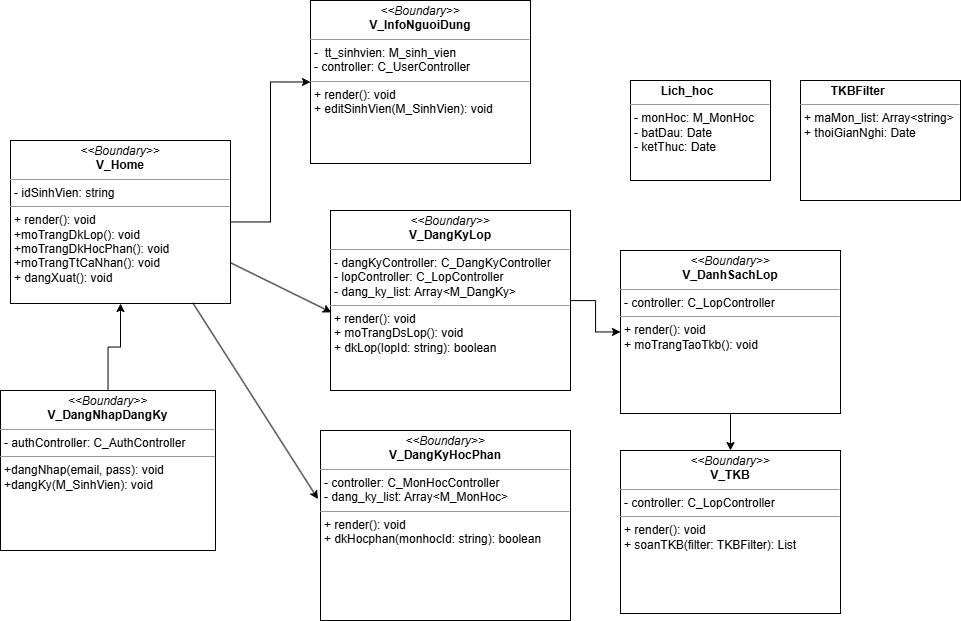
The draw.io diagram Package Diagram/View/View_package_diagram.drawio.png in imvietcuongfrvietnam/PTTKHT, before a commit. Source tidied: cells renumbered, new cells last; positions are measured from the earlier drawing's top-left corner, leaving out a move shared by most shapes.
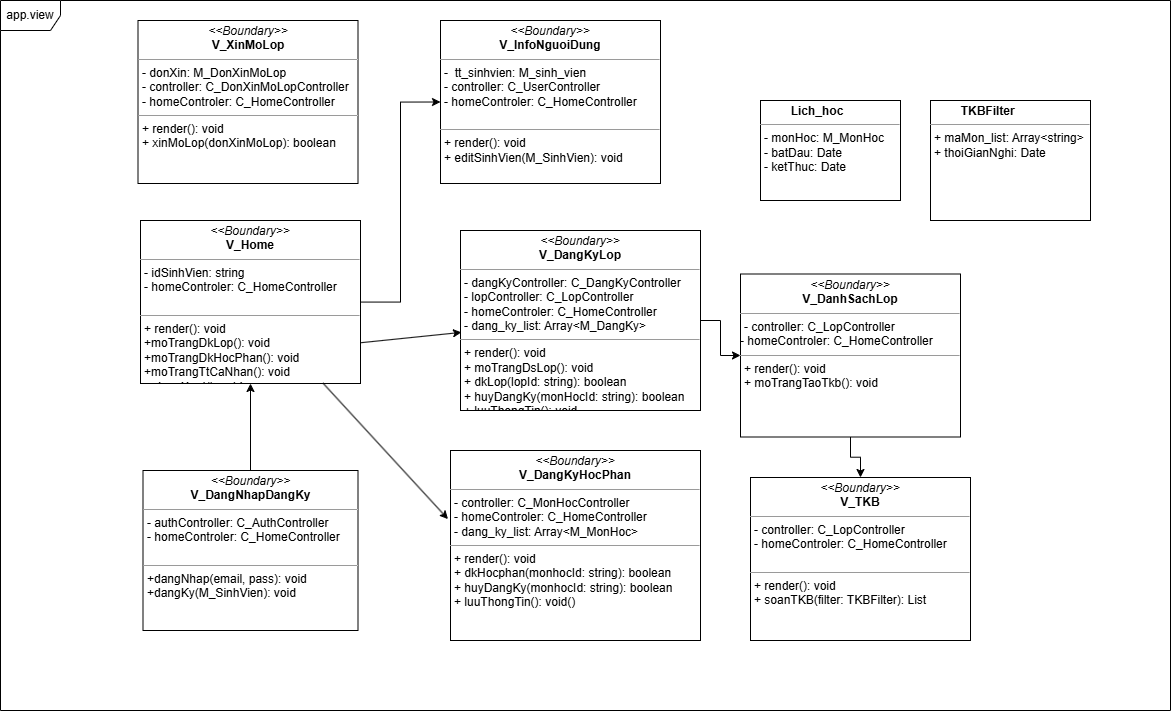
The same file after the commit.

What changed in the source:
```diff
@@ -5,35 +5,35 @@
     <mxCell id="2" style="edgeStyle=orthogonalEdgeStyle;rounded=0;jettySize=auto;html=1;entryX=0;entryY=0.5;entryDx=0;entryDy=0;" parent="1" edge="1" source="3" target="6">
       <mxGeometry relative="1" as="geometry" />
     </mxCell>
-    <mxCell id="3" value="&lt;p style=&quot;margin:0px;margin-top:4px;text-align:center;&quot;&gt;&lt;i&gt;&amp;lt;&amp;lt;Boundary&amp;gt;&amp;gt;&lt;/i&gt;&lt;br&gt;&lt;b&gt;V_Home&lt;/b&gt;&lt;/p&gt;&lt;hr size=&quot;1&quot;&gt;&lt;p style=&quot;margin:0px;margin-left:4px;&quot;&gt;- idSinhVien: string&lt;/p&gt;&lt;hr size=&quot;1&quot;&gt;&lt;p style=&quot;margin:0px;margin-left:4px;&quot;&gt;+ render(): void&lt;/p&gt;&lt;p style=&quot;margin:0px;margin-left:4px;&quot;&gt;+moTrangDkLop(): void&lt;/p&gt;&lt;p style=&quot;margin:0px;margin-left:4px;&quot;&gt;+moTrangDkHocPhan(): void&lt;/p&gt;&lt;p style=&quot;margin:0px;margin-left:4px;&quot;&gt;+moTrangTtCaNhan(): void&lt;/p&gt;&lt;p style=&quot;margin:0px;margin-left:4px;&quot;&gt;+ dangXuat(): void&lt;/p&gt;" style="verticalAlign=top;align=left;overflow=fill;fontSize=12;fontFamily=Helvetica;html=1;rounded=0;shadow=0;comic=0;labelBackgroundColor=none;strokeWidth=1;" parent="1" vertex="1">
-      <mxGeometry x="10" y="140" width="220" height="163" as="geometry" />
+    <mxCell id="3" value="&lt;p style=&quot;margin:0px;margin-top:4px;text-align:center;&quot;&gt;&lt;i&gt;&amp;lt;&amp;lt;Boundary&amp;gt;&amp;gt;&lt;/i&gt;&lt;br&gt;&lt;b&gt;V_Home&lt;/b&gt;&lt;/p&gt;&lt;hr size=&quot;1&quot;&gt;&lt;p style=&quot;margin:0px;margin-left:4px;&quot;&gt;- idSinhVien: string&lt;/p&gt;&lt;p style=&quot;margin:0px;margin-left:4px;&quot;&gt;- homeControler: C_HomeController&lt;/p&gt;&lt;div&gt;&lt;br&gt;&lt;/div&gt;&lt;hr size=&quot;1&quot;&gt;&lt;p style=&quot;margin:0px;margin-left:4px;&quot;&gt;+ render(): void&lt;/p&gt;&lt;p style=&quot;margin:0px;margin-left:4px;&quot;&gt;+moTrangDkLop(): void&lt;/p&gt;&lt;p style=&quot;margin:0px;margin-left:4px;&quot;&gt;+moTrangDkHocPhan(): void&lt;/p&gt;&lt;p style=&quot;margin:0px;margin-left:4px;&quot;&gt;+moTrangTtCaNhan(): void&lt;/p&gt;&lt;p style=&quot;margin:0px;margin-left:4px;&quot;&gt;+ dangXuat(): void&lt;/p&gt;" style="verticalAlign=top;align=left;overflow=fill;fontSize=12;fontFamily=Helvetica;html=1;rounded=0;shadow=0;comic=0;labelBackgroundColor=none;strokeWidth=1;" parent="1" vertex="1">
+      <mxGeometry x="10" y="200" width="220" height="163" as="geometry" />
     </mxCell>
     <mxCell id="4" style="edgeStyle=orthogonalEdgeStyle;rounded=0;jettySize=auto;html=1;" parent="1" edge="1" source="5" target="3">
       <mxGeometry relative="1" as="geometry" />
     </mxCell>
-    <mxCell id="5" value="&lt;p style=&quot;margin:0px;margin-top:4px;text-align:center;&quot;&gt;&lt;i&gt;&amp;lt;&amp;lt;Boundary&amp;gt;&amp;gt;&lt;/i&gt;&lt;br&gt;&lt;b&gt;V_DangNhapDangKy&lt;/b&gt;&lt;/p&gt;&lt;hr size=&quot;1&quot;&gt;&lt;p style=&quot;margin:0px;margin-left:4px;&quot;&gt;- authController: C_AuthController&lt;/p&gt;&lt;hr size=&quot;1&quot;&gt;&lt;p style=&quot;margin:0px;margin-left:4px;&quot;&gt;+dangNhap(email, pass): void&lt;/p&gt;&lt;p style=&quot;margin:0px;margin-left:4px;&quot;&gt;+dangKy(M_SinhVien): void&lt;/p&gt;" style="verticalAlign=top;align=left;overflow=fill;fontSize=12;fontFamily=Helvetica;html=1;rounded=0;shadow=0;comic=0;labelBackgroundColor=none;strokeWidth=1;" parent="1" vertex="1">
-      <mxGeometry y="390" width="215" height="160" as="geometry" />
+    <mxCell id="5" value="&lt;p style=&quot;margin:0px;margin-top:4px;text-align:center;&quot;&gt;&lt;i&gt;&amp;lt;&amp;lt;Boundary&amp;gt;&amp;gt;&lt;/i&gt;&lt;br&gt;&lt;b&gt;V_DangNhapDangKy&lt;/b&gt;&lt;/p&gt;&lt;hr size=&quot;1&quot;&gt;&lt;p style=&quot;margin:0px;margin-left:4px;&quot;&gt;- authController: C_AuthController&lt;/p&gt;&lt;p style=&quot;margin:0px;margin-left:4px;&quot;&gt;- homeControler: C_HomeController&lt;/p&gt;&lt;div&gt;&lt;br&gt;&lt;/div&gt;&lt;hr size=&quot;1&quot;&gt;&lt;p style=&quot;margin:0px;margin-left:4px;&quot;&gt;+dangNhap(email, pass): void&lt;/p&gt;&lt;p style=&quot;margin:0px;margin-left:4px;&quot;&gt;+dangKy(M_SinhVien): void&lt;/p&gt;" style="verticalAlign=top;align=left;overflow=fill;fontSize=12;fontFamily=Helvetica;html=1;rounded=0;shadow=0;comic=0;labelBackgroundColor=none;strokeWidth=1;" parent="1" vertex="1">
+      <mxGeometry x="12.5" y="450" width="215" height="160" as="geometry" />
     </mxCell>
-    <mxCell id="6" value="&lt;p style=&quot;margin:0px;margin-top:4px;text-align:center;&quot;&gt;&lt;i&gt;&amp;lt;&amp;lt;Boundary&amp;gt;&amp;gt;&lt;/i&gt;&lt;br&gt;&lt;b&gt;V_InfoNguoiDung&lt;/b&gt;&lt;/p&gt;&lt;hr size=&quot;1&quot;&gt;&lt;p style=&quot;margin:0px;margin-left:4px;&quot;&gt;-&amp;nbsp; tt_sinhvien: M_sinh_vien&lt;/p&gt;&lt;p style=&quot;margin:0px;margin-left:4px;&quot;&gt;- controller: C_UserController&lt;/p&gt;&lt;hr size=&quot;1&quot;&gt;&lt;p style=&quot;margin:0px;margin-left:4px;&quot;&gt;+ render(): void&lt;/p&gt;&lt;p style=&quot;margin:0px;margin-left:4px;&quot;&gt;+ editSinhVien(M_SinhVien): void&lt;/p&gt;" style="verticalAlign=top;align=left;overflow=fill;fontSize=12;fontFamily=Helvetica;html=1;rounded=0;shadow=0;comic=0;labelBackgroundColor=none;strokeWidth=1;" parent="1" vertex="1">
+    <mxCell id="6" value="&lt;p style=&quot;margin:0px;margin-top:4px;text-align:center;&quot;&gt;&lt;i&gt;&amp;lt;&amp;lt;Boundary&amp;gt;&amp;gt;&lt;/i&gt;&lt;br&gt;&lt;b&gt;V_InfoNguoiDung&lt;/b&gt;&lt;/p&gt;&lt;hr size=&quot;1&quot;&gt;&lt;p style=&quot;margin:0px;margin-left:4px;&quot;&gt;-&amp;nbsp; tt_sinhvien: M_sinh_vien&lt;/p&gt;&lt;p style=&quot;margin:0px;margin-left:4px;&quot;&gt;- controller: C_UserController&lt;/p&gt;&lt;p style=&quot;margin:0px;margin-left:4px;&quot;&gt;- homeControler: C_HomeController&lt;/p&gt;&lt;div&gt;&lt;br&gt;&lt;/div&gt;&lt;hr size=&quot;1&quot;&gt;&lt;p style=&quot;margin:0px;margin-left:4px;&quot;&gt;+ render(): void&lt;/p&gt;&lt;p style=&quot;margin:0px;margin-left:4px;&quot;&gt;+ editSinhVien(M_SinhVien): void&lt;/p&gt;" style="verticalAlign=top;align=left;overflow=fill;fontSize=12;fontFamily=Helvetica;html=1;rounded=0;shadow=0;comic=0;labelBackgroundColor=none;strokeWidth=1;" parent="1" vertex="1">
       <mxGeometry x="310" width="220" height="163" as="geometry" />
     </mxCell>
     <mxCell id="7" style="edgeStyle=orthogonalEdgeStyle;rounded=0;jettySize=auto;html=1;" parent="1" edge="1" source="8" target="12">
       <mxGeometry relative="1" as="geometry" />
     </mxCell>
-    <mxCell id="8" value="&lt;p style=&quot;margin:0px;margin-top:4px;text-align:center;&quot;&gt;&lt;i&gt;&amp;lt;&amp;lt;Boundary&amp;gt;&amp;gt;&lt;/i&gt;&lt;br&gt;&lt;b&gt;V_DanhSachLop&lt;/b&gt;&lt;/p&gt;&lt;hr size=&quot;1&quot;&gt;&lt;p style=&quot;margin:0px;margin-left:4px;&quot;&gt;&lt;span style=&quot;background-color: transparent; color: light-dark(rgb(0, 0, 0), rgb(255, 255, 255));&quot;&gt;- controller: C_LopController&lt;/span&gt;&lt;/p&gt;&lt;hr size=&quot;1&quot;&gt;&lt;p style=&quot;margin:0px;margin-left:4px;&quot;&gt;+ render(): void&lt;/p&gt;&lt;p style=&quot;margin:0px;margin-left:4px;&quot;&gt;+ moTrangTaoTkb(): void&lt;/p&gt;" style="verticalAlign=top;align=left;overflow=fill;fontSize=12;fontFamily=Helvetica;html=1;rounded=0;shadow=0;comic=0;labelBackgroundColor=none;strokeWidth=1;" parent="1" vertex="1">
-      <mxGeometry x="620" y="250" width="220" height="163" as="geometry" />
+    <mxCell id="8" value="&lt;p style=&quot;margin:0px;margin-top:4px;text-align:center;&quot;&gt;&lt;i&gt;&amp;lt;&amp;lt;Boundary&amp;gt;&amp;gt;&lt;/i&gt;&lt;br&gt;&lt;b&gt;V_DanhSachLop&lt;/b&gt;&lt;/p&gt;&lt;hr size=&quot;1&quot;&gt;&lt;p style=&quot;margin:0px;margin-left:4px;&quot;&gt;&lt;span style=&quot;background-color: transparent; color: light-dark(rgb(0, 0, 0), rgb(255, 255, 255));&quot;&gt;- controller: C_LopController&lt;/span&gt;&lt;/p&gt;- homeControler: C_HomeController&lt;hr size=&quot;1&quot;&gt;&lt;p style=&quot;margin:0px;margin-left:4px;&quot;&gt;+ render(): void&lt;/p&gt;&lt;p style=&quot;margin:0px;margin-left:4px;&quot;&gt;+ moTrangTaoTkb(): void&lt;/p&gt;&lt;p style=&quot;margin:0px;margin-left:4px;&quot;&gt;&lt;br&gt;&lt;/p&gt;" style="verticalAlign=top;align=left;overflow=fill;fontSize=12;fontFamily=Helvetica;html=1;rounded=0;shadow=0;comic=0;labelBackgroundColor=none;strokeWidth=1;" parent="1" vertex="1">
+      <mxGeometry x="610" y="253.5" width="220" height="163" as="geometry" />
     </mxCell>
     <mxCell id="9" style="edgeStyle=orthogonalEdgeStyle;rounded=0;jettySize=auto;html=1;" parent="1" edge="1" source="10" target="8">
       <mxGeometry relative="1" as="geometry" />
     </mxCell>
-    <mxCell id="10" value="&lt;p style=&quot;margin:0px;margin-top:4px;text-align:center;&quot;&gt;&lt;i&gt;&amp;lt;&amp;lt;Boundary&amp;gt;&amp;gt;&lt;/i&gt;&lt;br&gt;&lt;b&gt;V_DangKyLop&lt;/b&gt;&lt;/p&gt;&lt;hr size=&quot;1&quot;&gt;&lt;p style=&quot;margin:0px;margin-left:4px;&quot;&gt;&lt;span style=&quot;background-color: transparent; color: light-dark(rgb(0, 0, 0), rgb(255, 255, 255));&quot;&gt;- dangKyController: C_DangKyController&lt;/span&gt;&lt;/p&gt;&lt;p style=&quot;margin:0px;margin-left:4px;&quot;&gt;&lt;span style=&quot;background-color: transparent; color: light-dark(rgb(0, 0, 0), rgb(255, 255, 255));&quot;&gt;- lopController: C_LopController&lt;/span&gt;&lt;/p&gt;&lt;p style=&quot;margin:0px;margin-left:4px;&quot;&gt;&lt;span style=&quot;background-color: transparent; color: light-dark(rgb(0, 0, 0), rgb(255, 255, 255));&quot;&gt;- dang_ky_list: Array&amp;lt;M_DangKy&amp;gt;&lt;/span&gt;&lt;/p&gt;&lt;hr size=&quot;1&quot;&gt;&lt;p style=&quot;margin:0px;margin-left:4px;&quot;&gt;+ render(): void&lt;/p&gt;&lt;p style=&quot;margin:0px;margin-left:4px;&quot;&gt;+ moTrangDsLop(): void&lt;/p&gt;&lt;p style=&quot;margin:0px;margin-left:4px;&quot;&gt;+ dkLop(lopId: string): boolean&lt;/p&gt;" style="verticalAlign=top;align=left;overflow=fill;fontSize=12;fontFamily=Helvetica;html=1;rounded=0;shadow=0;comic=0;labelBackgroundColor=none;strokeWidth=1;" parent="1" vertex="1">
+    <mxCell id="10" value="&lt;p style=&quot;margin:0px;margin-top:4px;text-align:center;&quot;&gt;&lt;i&gt;&amp;lt;&amp;lt;Boundary&amp;gt;&amp;gt;&lt;/i&gt;&lt;br&gt;&lt;b&gt;V_DangKyLop&lt;/b&gt;&lt;/p&gt;&lt;hr size=&quot;1&quot;&gt;&lt;p style=&quot;margin:0px;margin-left:4px;&quot;&gt;&lt;span style=&quot;background-color: transparent; color: light-dark(rgb(0, 0, 0), rgb(255, 255, 255));&quot;&gt;- dangKyController: C_DangKyController&lt;/span&gt;&lt;/p&gt;&lt;p style=&quot;margin:0px;margin-left:4px;&quot;&gt;&lt;span style=&quot;background-color: transparent; color: light-dark(rgb(0, 0, 0), rgb(255, 255, 255));&quot;&gt;- lopController: C_LopController&lt;/span&gt;&lt;/p&gt;&lt;p style=&quot;margin:0px;margin-left:4px;&quot;&gt;- homeControler: C_HomeController&lt;/p&gt;&lt;p style=&quot;margin:0px;margin-left:4px;&quot;&gt;&lt;span style=&quot;background-color: transparent; color: light-dark(rgb(0, 0, 0), rgb(255, 255, 255));&quot;&gt;- dang_ky_list: Array&amp;lt;M_DangKy&amp;gt;&lt;/span&gt;&lt;/p&gt;&lt;hr size=&quot;1&quot;&gt;&lt;p style=&quot;margin:0px;margin-left:4px;&quot;&gt;+ render(): void&lt;/p&gt;&lt;p style=&quot;margin:0px;margin-left:4px;&quot;&gt;+ moTrangDsLop(): void&lt;/p&gt;&lt;p style=&quot;margin:0px;margin-left:4px;&quot;&gt;+ dkLop(lopId: string): boolean&lt;/p&gt;&lt;p style=&quot;margin:0px;margin-left:4px;&quot;&gt;+ huyDangKy(monHocId: string): boolean&lt;/p&gt;&lt;p style=&quot;margin:0px;margin-left:4px;&quot;&gt;+ luuThongTin(): void&lt;/p&gt;&lt;p style=&quot;margin:0px;margin-left:4px;&quot;&gt;&lt;br&gt;&lt;/p&gt;" style="verticalAlign=top;align=left;overflow=fill;fontSize=12;fontFamily=Helvetica;html=1;rounded=0;shadow=0;comic=0;labelBackgroundColor=none;strokeWidth=1;" parent="1" vertex="1">
       <mxGeometry x="330" y="210" width="240" height="180" as="geometry" />
     </mxCell>
-    <mxCell id="11" value="&lt;p style=&quot;margin:0px;margin-top:4px;text-align:center;&quot;&gt;&lt;i&gt;&amp;lt;&amp;lt;Boundary&amp;gt;&amp;gt;&lt;/i&gt;&lt;br&gt;&lt;b&gt;V_DangKyHocPhan&lt;/b&gt;&lt;/p&gt;&lt;hr size=&quot;1&quot;&gt;&lt;p style=&quot;margin:0px;margin-left:4px;&quot;&gt;&lt;span style=&quot;background-color: transparent; color: light-dark(rgb(0, 0, 0), rgb(255, 255, 255));&quot;&gt;- controller: C_MonHocController&lt;/span&gt;&lt;/p&gt;&lt;p style=&quot;margin:0px;margin-left:4px;&quot;&gt;&lt;span style=&quot;background-color: transparent; color: light-dark(rgb(0, 0, 0), rgb(255, 255, 255));&quot;&gt;- dang_ky_list: Array&amp;lt;M_MonHoc&amp;gt;&lt;/span&gt;&lt;/p&gt;&lt;hr size=&quot;1&quot;&gt;&lt;p style=&quot;margin:0px;margin-left:4px;&quot;&gt;+ render(): void&lt;/p&gt;&lt;p style=&quot;margin:0px;margin-left:4px;&quot;&gt;+ dkHocphan(monhocId: string): boolean&lt;/p&gt;" style="verticalAlign=top;align=left;overflow=fill;fontSize=12;fontFamily=Helvetica;html=1;rounded=0;shadow=0;comic=0;labelBackgroundColor=none;strokeWidth=1;" parent="1" vertex="1">
+    <mxCell id="11" value="&lt;p style=&quot;margin:0px;margin-top:4px;text-align:center;&quot;&gt;&lt;i&gt;&amp;lt;&amp;lt;Boundary&amp;gt;&amp;gt;&lt;/i&gt;&lt;br&gt;&lt;b&gt;V_DangKyHocPhan&lt;/b&gt;&lt;/p&gt;&lt;hr size=&quot;1&quot;&gt;&lt;p style=&quot;margin:0px;margin-left:4px;&quot;&gt;&lt;span style=&quot;background-color: transparent; color: light-dark(rgb(0, 0, 0), rgb(255, 255, 255));&quot;&gt;- controller: C_MonHocController&lt;/span&gt;&lt;/p&gt;&lt;p style=&quot;margin:0px;margin-left:4px;&quot;&gt;- homeControler: C_HomeController&lt;/p&gt;&lt;p style=&quot;margin:0px;margin-left:4px;&quot;&gt;&lt;span style=&quot;background-color: transparent; color: light-dark(rgb(0, 0, 0), rgb(255, 255, 255));&quot;&gt;- dang_ky_list: Array&amp;lt;M_MonHoc&amp;gt;&lt;/span&gt;&lt;/p&gt;&lt;hr size=&quot;1&quot;&gt;&lt;p style=&quot;margin:0px;margin-left:4px;&quot;&gt;+ render(): void&lt;/p&gt;&lt;p style=&quot;margin:0px;margin-left:4px;&quot;&gt;+ dkHocphan(monhocId: string): boolean&lt;/p&gt;&lt;p style=&quot;margin:0px;margin-left:4px;&quot;&gt;+ huyDangKy(monhocId: string): boolean&lt;/p&gt;&lt;p style=&quot;margin:0px;margin-left:4px;&quot;&gt;+ luuThongTin(): void()&lt;/p&gt;" style="verticalAlign=top;align=left;overflow=fill;fontSize=12;fontFamily=Helvetica;html=1;rounded=0;shadow=0;comic=0;labelBackgroundColor=none;strokeWidth=1;" parent="1" vertex="1">
       <mxGeometry x="320" y="430" width="250" height="190" as="geometry" />
     </mxCell>
-    <mxCell id="12" value="&lt;p style=&quot;margin:0px;margin-top:4px;text-align:center;&quot;&gt;&lt;i&gt;&amp;lt;&amp;lt;Boundary&amp;gt;&amp;gt;&lt;/i&gt;&lt;br&gt;&lt;b&gt;V_TKB&lt;/b&gt;&lt;/p&gt;&lt;hr size=&quot;1&quot;&gt;&lt;p style=&quot;margin:0px;margin-left:4px;&quot;&gt;&lt;span style=&quot;background-color: transparent; color: light-dark(rgb(0, 0, 0), rgb(255, 255, 255));&quot;&gt;- controller: C_LopController&lt;/span&gt;&lt;/p&gt;&lt;hr size=&quot;1&quot;&gt;&lt;p style=&quot;margin:0px;margin-left:4px;&quot;&gt;+ render(): void&lt;/p&gt;&lt;p style=&quot;margin:0px;margin-left:4px;&quot;&gt;+ soanTKB(filter: TKBFilter): List&lt;/p&gt;" style="verticalAlign=top;align=left;overflow=fill;fontSize=12;fontFamily=Helvetica;html=1;rounded=0;shadow=0;comic=0;labelBackgroundColor=none;strokeWidth=1;" parent="1" vertex="1">
-      <mxGeometry x="620" y="450" width="220" height="163" as="geometry" />
+    <mxCell id="12" value="&lt;p style=&quot;margin:0px;margin-top:4px;text-align:center;&quot;&gt;&lt;i&gt;&amp;lt;&amp;lt;Boundary&amp;gt;&amp;gt;&lt;/i&gt;&lt;br&gt;&lt;b&gt;V_TKB&lt;/b&gt;&lt;/p&gt;&lt;hr size=&quot;1&quot;&gt;&lt;p style=&quot;margin:0px;margin-left:4px;&quot;&gt;&lt;span style=&quot;background-color: transparent; color: light-dark(rgb(0, 0, 0), rgb(255, 255, 255));&quot;&gt;- controller: C_LopController&lt;/span&gt;&lt;/p&gt;&lt;p style=&quot;margin:0px;margin-left:4px;&quot;&gt;- homeControler: C_HomeController&lt;span style=&quot;background-color: transparent; color: light-dark(rgb(0, 0, 0), rgb(255, 255, 255));&quot;&gt;&lt;/span&gt;&lt;/p&gt;&lt;div&gt;&lt;br&gt;&lt;/div&gt;&lt;hr size=&quot;1&quot;&gt;&lt;p style=&quot;margin:0px;margin-left:4px;&quot;&gt;+ render(): void&lt;/p&gt;&lt;p style=&quot;margin:0px;margin-left:4px;&quot;&gt;+ soanTKB(filter: TKBFilter): List&lt;/p&gt;" style="verticalAlign=top;align=left;overflow=fill;fontSize=12;fontFamily=Helvetica;html=1;rounded=0;shadow=0;comic=0;labelBackgroundColor=none;strokeWidth=1;" parent="1" vertex="1">
+      <mxGeometry x="620" y="457" width="220" height="163" as="geometry" />
     </mxCell>
     <mxCell id="13" value="&lt;p style=&quot;margin:0px;margin-top:4px;text-align:center;&quot;&gt;&lt;/p&gt;&lt;p style=&quot;margin:0px;margin-left:4px;&quot;&gt;&lt;span style=&quot;background-color: transparent; color: light-dark(rgb(0, 0, 0), rgb(255, 255, 255));&quot;&gt;&lt;b&gt;&lt;span style=&quot;white-space: pre;&quot;&gt;&#9;&lt;/span&gt;Lich_hoc&lt;/b&gt;&lt;/span&gt;&lt;/p&gt;&lt;hr size=&quot;1&quot;&gt;&lt;p style=&quot;margin:0px;margin-left:4px;&quot;&gt;- monHoc: M_MonHoc&lt;/p&gt;&lt;p style=&quot;margin:0px;margin-left:4px;&quot;&gt;- batDau: Date&lt;/p&gt;&lt;p style=&quot;margin:0px;margin-left:4px;&quot;&gt;- ketThuc: Date&lt;/p&gt;" style="verticalAlign=top;align=left;overflow=fill;fontSize=12;fontFamily=Helvetica;html=1;rounded=0;shadow=0;comic=0;labelBackgroundColor=none;strokeWidth=1;" parent="1" vertex="1">
       <mxGeometry x="630" y="80" width="140" height="100" as="geometry" />
@@ -47,5 +47,11 @@
     <mxCell id="16" style="endArrow=classic;html=1;rounded=0;exitX=0.829;exitY=0.997;exitDx=0;exitDy=0;exitPerimeter=0;entryX=-0.01;entryY=0.361;entryDx=0;entryDy=0;entryPerimeter=0;" parent="1" edge="1" source="3" target="11">
       <mxGeometry relative="1" as="geometry" />
     </mxCell>
+    <mxCell id="17" value="app.view" style="shape=umlFrame;whiteSpace=wrap;html=1;" parent="1" vertex="1">
+      <mxGeometry x="-130" y="-20" width="1170" height="710" as="geometry" />
+    </mxCell>
+    <mxCell id="18" value="&lt;p style=&quot;margin:0px;margin-top:4px;text-align:center;&quot;&gt;&lt;i&gt;&amp;lt;&amp;lt;Boundary&amp;gt;&amp;gt;&lt;/i&gt;&lt;br&gt;&lt;b&gt;V_XinMoLop&lt;/b&gt;&lt;/p&gt;&lt;hr size=&quot;1&quot;&gt;&lt;p style=&quot;margin:0px;margin-left:4px;&quot;&gt;- donXin: M_DonXinMoLop&lt;br&gt;&lt;/p&gt;&lt;p style=&quot;margin:0px;margin-left:4px;&quot;&gt;- controller: C_DonXinMoLopController&lt;/p&gt;&lt;p style=&quot;margin:0px;margin-left:4px;&quot;&gt;- homeControler: C_HomeController&lt;/p&gt;&lt;hr size=&quot;1&quot;&gt;&lt;p style=&quot;margin:0px;margin-left:4px;&quot;&gt;+ render(): void&lt;/p&gt;&lt;p style=&quot;margin:0px;margin-left:4px;&quot;&gt;+ xinMoLop(donXinMoLop): boolean&lt;/p&gt;" style="verticalAlign=top;align=left;overflow=fill;fontSize=12;fontFamily=Helvetica;html=1;rounded=0;shadow=0;comic=0;labelBackgroundColor=none;strokeWidth=1;" parent="1" vertex="1">
+      <mxGeometry x="7.5" width="220" height="163" as="geometry" />
+    </mxCell>
   </root>
 </mxGraphModel>
```
